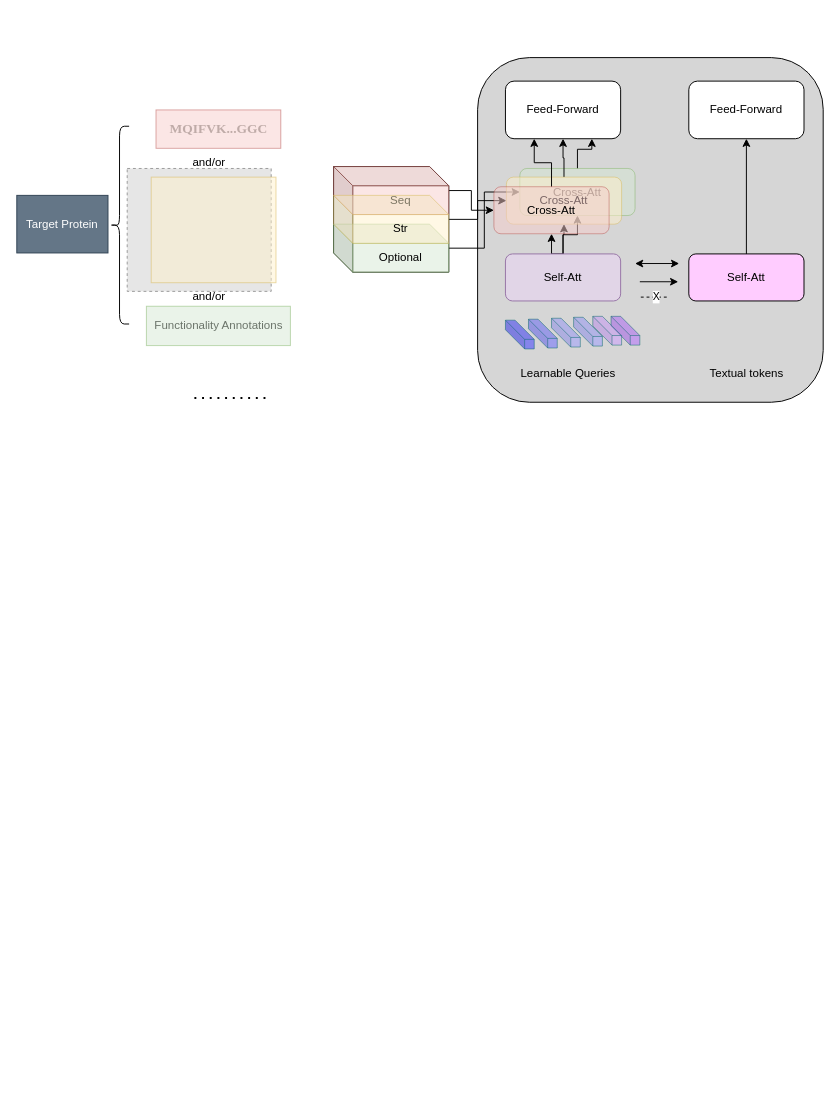
Before: LanguageProteinModel.drawio in Antoninnnn/draw_illustration, a draw.io diagram. Source tidied: cells renumbered, new cells numbered last; positions are measured from the earlier drawing's top-left corner, leaving out a move shared by most shapes. Both pictures are drawn from the tidied source at 96%, with x=0, y=0 at pixel (16, 58). Pictures stored in the file or linked from it are replaced by grey dashed boxes.
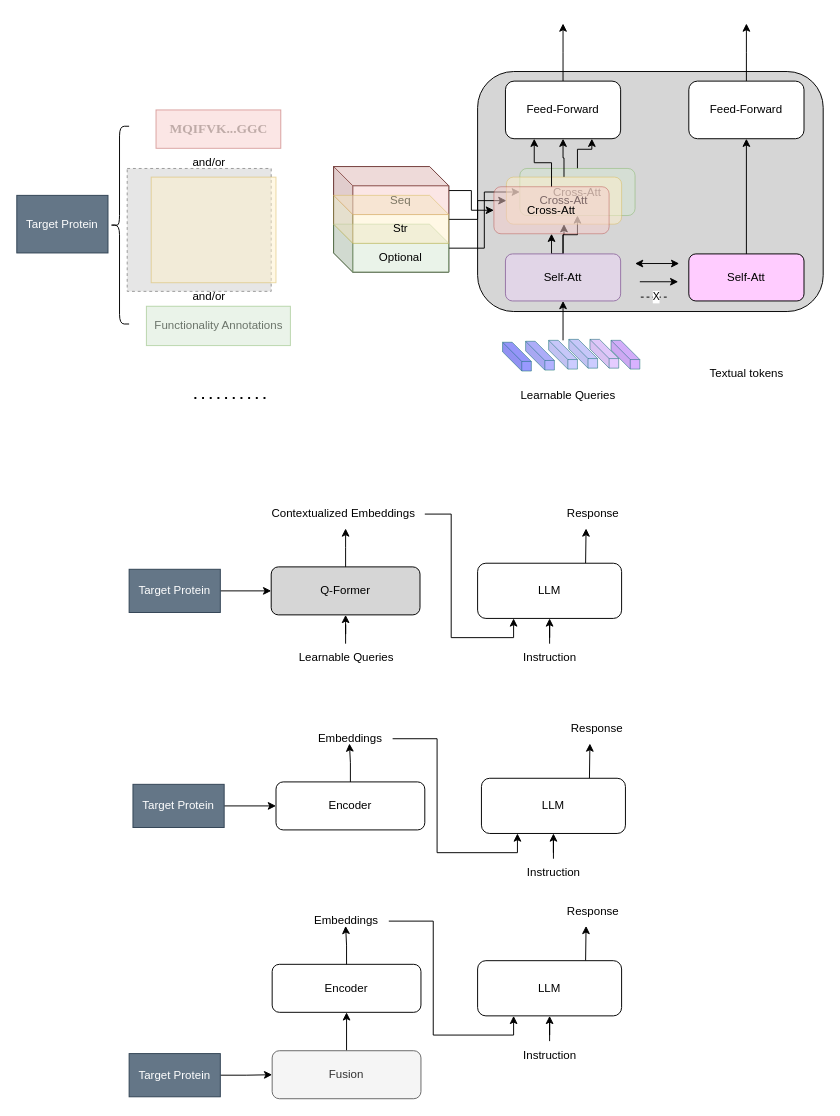
The same diagram, later.

Unchanged cells that the change refers to:
```xml
<mxCell id="32" value="Self-Att" style="rounded=1;whiteSpace=wrap;html=1;fillColor=#e1d5e7;strokeColor=#9673a6;" parent="1" vertex="1">
  <mxGeometry x="509" y="204" width="120" height="49" as="geometry" />
</mxCell>
<mxCell id="37" value="Feed-Forward" style="rounded=1;whiteSpace=wrap;html=1;" parent="1" vertex="1">
  <mxGeometry x="509" y="24" width="120" height="60" as="geometry" />
</mxCell>
<mxCell id="42" value="Feed-Forward" style="rounded=1;whiteSpace=wrap;html=1;" parent="1" vertex="1">
  <mxGeometry x="700" y="24" width="120" height="60" as="geometry" />
</mxCell>
```

What changed in the source:
```diff
@@
+    <mxCell id="47" style="edgeStyle=orthogonalEdgeStyle;rounded=0;jettySize=auto;html=1;exitX=0.25;exitY=1;exitDx=0;exitDy=0;entryX=0.5;entryY=1;entryDx=0;entryDy=0;" parent="1" edge="1" source="2" target="32">
+      <mxGeometry relative="1" as="geometry" />
+    </mxCell>
     <mxCell id="2" style="rounded=1;whiteSpace=wrap;html=1;fillColor=#D6D6D6;" parent="1" vertex="1">
-      <mxGeometry x="480" y="-0.5" width="360" height="359" as="geometry" />
+      <mxGeometry x="480" y="14" width="360" height="250" as="geometry" />
     </mxCell>
@@
     <mxCell id="23" style="shape=cube;whiteSpace=wrap;html=1;boundedLbl=1;backgroundOutline=1;darkOpacity=0.05;darkOpacity2=0.1;fillColor=#3333FF;strokeColor=#006666;opacity=50;" parent="1" vertex="1">
-      <mxGeometry x="509" y="273" width="30" height="30" as="geometry" />
+      <mxGeometry x="506" y="296" width="30" height="30" as="geometry" />
     </mxCell>
     <mxCell id="24" style="shape=cube;whiteSpace=wrap;html=1;boundedLbl=1;backgroundOutline=1;darkOpacity=0.05;darkOpacity2=0.1;fillColor=#6666FF;strokeColor=#006666;opacity=50;" parent="1" vertex="1">
-      <mxGeometry x="533" y="272" width="30" height="30" as="geometry" />
+      <mxGeometry x="530" y="295" width="30" height="30" as="geometry" />
     </mxCell>
+    <mxCell id="48" style="edgeStyle=orthogonalEdgeStyle;rounded=0;jettySize=auto;html=1;" parent="1" edge="1" source="25" target="32">
+      <mxGeometry relative="1" as="geometry" />
+    </mxCell>
     <mxCell id="25" style="shape=cube;whiteSpace=wrap;html=1;boundedLbl=1;backgroundOutline=1;darkOpacity=0.05;darkOpacity2=0.1;fillColor=#9999FF;strokeColor=#006666;opacity=50;" parent="1" vertex="1">
-      <mxGeometry x="557" y="271" width="30" height="30" as="geometry" />
+      <mxGeometry x="554" y="294" width="30" height="30" as="geometry" />
     </mxCell>
     <mxCell id="26" style="shape=cube;whiteSpace=wrap;html=1;boundedLbl=1;backgroundOutline=1;darkOpacity=0.05;darkOpacity2=0.1;fillColor=#9999FF;strokeColor=#006666;opacity=50;" parent="1" vertex="1">
-      <mxGeometry x="580" y="270" width="30" height="30" as="geometry" />
+      <mxGeometry x="575" y="293" width="30" height="30" as="geometry" />
     </mxCell>
     <mxCell id="27" style="shape=cube;whiteSpace=wrap;html=1;boundedLbl=1;backgroundOutline=1;darkOpacity=0.05;darkOpacity2=0.1;fillColor=#B266FF;strokeColor=#006666;opacity=50;" parent="1" vertex="1">
-      <mxGeometry x="619" y="269" width="30" height="30" as="geometry" />
+      <mxGeometry x="619" y="294" width="30" height="30" as="geometry" />
     </mxCell>
     <mxCell id="28" style="shape=cube;whiteSpace=wrap;html=1;boundedLbl=1;backgroundOutline=1;darkOpacity=0.05;darkOpacity2=0.1;fillColor=#CC99FF;strokeColor=#006666;opacity=50;" parent="1" vertex="1">
-      <mxGeometry x="600" y="269" width="30" height="30" as="geometry" />
+      <mxGeometry x="597" y="293" width="30" height="30" as="geometry" />
     </mxCell>
@@
+    <mxCell id="49" style="edgeStyle=orthogonalEdgeStyle;rounded=0;jettySize=auto;html=1;" parent="1" edge="1" source="37">
+      <mxGeometry relative="1" as="geometry">
+        <mxPoint x="569" y="-36" as="targetPoint" />
+      </mxGeometry>
+    </mxCell>
@@
     <mxCell id="39" value="Learnable Queries" style="text;html=1;align=center;verticalAlign=middle;strokeColor=none;fillColor=none;" parent="1" vertex="1">
-      <mxGeometry x="514" y="314" width="120" height="30" as="geometry" />
+      <mxGeometry x="514" y="337" width="120" height="30" as="geometry" />
     </mxCell>
@@
+    <mxCell id="50" style="edgeStyle=orthogonalEdgeStyle;rounded=0;jettySize=auto;html=1;" parent="1" edge="1" source="42">
+      <mxGeometry relative="1" as="geometry">
+        <mxPoint x="760" y="-36" as="targetPoint" />
+      </mxGeometry>
+    </mxCell>
@@
+    <mxCell id="51" style="edgeStyle=orthogonalEdgeStyle;rounded=0;jettySize=auto;html=1;" parent="1" edge="1" source="52">
+      <mxGeometry relative="1" as="geometry">
+        <mxPoint x="342.5" y="490" as="targetPoint" />
+      </mxGeometry>
+    </mxCell>
+    <mxCell id="52" value="Q-Former" style="rounded=1;whiteSpace=wrap;html=1;fillColor=#D6D6D6;" parent="1" vertex="1">
+      <mxGeometry x="265" y="530" width="155" height="50" as="geometry" />
+    </mxCell>
+    <mxCell id="53" style="edgeStyle=orthogonalEdgeStyle;rounded=0;jettySize=auto;html=1;entryX=0.5;entryY=1;entryDx=0;entryDy=0;" parent="1" edge="1" source="54" target="52">
+      <mxGeometry relative="1" as="geometry" />
+    </mxCell>
+    <mxCell id="54" value="Learnable Queries" style="text;html=1;align=center;verticalAlign=middle;points=[];strokeColor=none;fillColor=none;" parent="1" vertex="1">
+      <mxGeometry x="282.5" y="610" width="120" height="30" as="geometry" />
+    </mxCell>
+    <mxCell id="55" style="edgeStyle=orthogonalEdgeStyle;rounded=0;jettySize=auto;html=1;" parent="1" edge="1" source="56" target="52">
+      <mxGeometry relative="1" as="geometry" />
+    </mxCell>
+    <mxCell id="56" value="Target Protein" style="rounded=0;whiteSpace=wrap;html=1;fillColor=#647687;fontColor=#ffffff;strokeColor=#314354;" parent="1" vertex="1">
+      <mxGeometry x="117" y="532.5" width="95" height="45" as="geometry" />
+    </mxCell>
+    <mxCell id="57" style="edgeStyle=orthogonalEdgeStyle;rounded=0;jettySize=auto;html=1;exitX=0.75;exitY=0;exitDx=0;exitDy=0;" parent="1" edge="1" source="58">
+      <mxGeometry relative="1" as="geometry">
+        <mxPoint x="593" y="490" as="targetPoint" />
+      </mxGeometry>
+    </mxCell>
+    <mxCell id="58" value="LLM" style="rounded=1;whiteSpace=wrap;html=1;" parent="1" vertex="1">
+      <mxGeometry x="480" y="526.2" width="150" height="57.5" as="geometry" />
+    </mxCell>
+    <mxCell id="59" style="edgeStyle=orthogonalEdgeStyle;rounded=0;jettySize=auto;html=1;entryX=0.25;entryY=1;entryDx=0;entryDy=0;" parent="1" edge="1" source="60" target="58">
+      <mxGeometry relative="1" as="geometry" />
+    </mxCell>
+    <mxCell id="60" value="Contextualized Embeddings" style="text;html=1;align=center;verticalAlign=middle;points=[];strokeColor=none;fillColor=none;" parent="1" vertex="1">
+      <mxGeometry x="255" y="460" width="170" height="30" as="geometry" />
+    </mxCell>
+    <mxCell id="61" style="edgeStyle=orthogonalEdgeStyle;rounded=0;jettySize=auto;html=1;" parent="1" edge="1" source="62" target="58">
+      <mxGeometry relative="1" as="geometry" />
+    </mxCell>
+    <mxCell id="62" value="Instruction" style="text;html=1;align=center;verticalAlign=middle;points=[];strokeColor=none;fillColor=none;" parent="1" vertex="1">
+      <mxGeometry x="515" y="610" width="80" height="30" as="geometry" />
+    </mxCell>
+    <mxCell id="63" value="Response" style="text;html=1;align=center;verticalAlign=middle;strokeColor=none;fillColor=none;" parent="1" vertex="1">
+      <mxGeometry x="560" y="460" width="80" height="30" as="geometry" />
+    </mxCell>
+    <mxCell id="64" style="edgeStyle=orthogonalEdgeStyle;rounded=0;jettySize=auto;html=1;" parent="1" edge="1" source="65">
+      <mxGeometry relative="1" as="geometry">
+        <mxPoint x="346.5" y="714" as="targetPoint" />
+      </mxGeometry>
+    </mxCell>
+    <mxCell id="65" value="Encoder" style="rounded=1;whiteSpace=wrap;html=1;fillColor=none;" parent="1" vertex="1">
+      <mxGeometry x="270" y="754" width="155" height="50" as="geometry" />
+    </mxCell>
+    <mxCell id="66" style="edgeStyle=orthogonalEdgeStyle;rounded=0;jettySize=auto;html=1;" parent="1" edge="1" source="67" target="65">
+      <mxGeometry relative="1" as="geometry" />
+    </mxCell>
+    <mxCell id="67" value="Target Protein" style="rounded=0;whiteSpace=wrap;html=1;fillColor=#647687;fontColor=#ffffff;strokeColor=#314354;" parent="1" vertex="1">
+      <mxGeometry x="121" y="756.5" width="95" height="45" as="geometry" />
+    </mxCell>
+    <mxCell id="68" style="edgeStyle=orthogonalEdgeStyle;rounded=0;jettySize=auto;html=1;exitX=0.75;exitY=0;exitDx=0;exitDy=0;" parent="1" edge="1" source="69">
+      <mxGeometry relative="1" as="geometry">
+        <mxPoint x="597" y="714" as="targetPoint" />
+      </mxGeometry>
+    </mxCell>
+    <mxCell id="69" value="LLM" style="rounded=1;whiteSpace=wrap;html=1;" parent="1" vertex="1">
+      <mxGeometry x="484" y="750.2" width="150" height="57.5" as="geometry" />
+    </mxCell>
+    <mxCell id="70" style="edgeStyle=orthogonalEdgeStyle;rounded=0;jettySize=auto;html=1;entryX=0.25;entryY=1;entryDx=0;entryDy=0;" parent="1" edge="1" source="71" target="69">
+      <mxGeometry relative="1" as="geometry" />
+    </mxCell>
+    <mxCell id="71" value="Embeddings" style="text;html=1;align=center;verticalAlign=middle;points=[];strokeColor=none;fillColor=none;" parent="1" vertex="1">
+      <mxGeometry x="301.5" y="694" width="90" height="30" as="geometry" />
+    </mxCell>
+    <mxCell id="72" style="edgeStyle=orthogonalEdgeStyle;rounded=0;jettySize=auto;html=1;" parent="1" edge="1" source="73" target="69">
+      <mxGeometry relative="1" as="geometry" />
+    </mxCell>
+    <mxCell id="73" value="Instruction" style="text;html=1;align=center;verticalAlign=middle;points=[];strokeColor=none;fillColor=none;" parent="1" vertex="1">
+      <mxGeometry x="519" y="834" width="80" height="30" as="geometry" />
+    </mxCell>
+    <mxCell id="74" value="Response" style="text;html=1;align=center;verticalAlign=middle;strokeColor=none;fillColor=none;" parent="1" vertex="1">
+      <mxGeometry x="564" y="684" width="80" height="30" as="geometry" />
+    </mxCell>
+    <mxCell id="75" style="edgeStyle=orthogonalEdgeStyle;rounded=0;jettySize=auto;html=1;" parent="1" edge="1" source="76">
+      <mxGeometry relative="1" as="geometry">
+        <mxPoint x="342.5" y="904" as="targetPoint" />
+      </mxGeometry>
+    </mxCell>
+    <mxCell id="76" value="Encoder" style="rounded=1;whiteSpace=wrap;html=1;fillColor=none;" parent="1" vertex="1">
+      <mxGeometry x="266" y="944" width="155" height="50" as="geometry" />
+    </mxCell>
+    <mxCell id="77" style="edgeStyle=orthogonalEdgeStyle;rounded=0;jettySize=auto;html=1;entryX=0;entryY=0.5;entryDx=0;entryDy=0;" parent="1" edge="1" source="78" target="87">
+      <mxGeometry relative="1" as="geometry" />
+    </mxCell>
+    <mxCell id="78" value="Target Protein" style="rounded=0;whiteSpace=wrap;html=1;fillColor=#647687;fontColor=#ffffff;strokeColor=#314354;" parent="1" vertex="1">
+      <mxGeometry x="117" y="1037" width="95" height="45" as="geometry" />
+    </mxCell>
+    <mxCell id="79" style="edgeStyle=orthogonalEdgeStyle;rounded=0;jettySize=auto;html=1;exitX=0.75;exitY=0;exitDx=0;exitDy=0;" parent="1" edge="1" source="80">
+      <mxGeometry relative="1" as="geometry">
+        <mxPoint x="593" y="904" as="targetPoint" />
+      </mxGeometry>
+    </mxCell>
+    <mxCell id="80" value="LLM" style="rounded=1;whiteSpace=wrap;html=1;" parent="1" vertex="1">
+      <mxGeometry x="480" y="940.2" width="150" height="57.5" as="geometry" />
+    </mxCell>
+    <mxCell id="81" style="edgeStyle=orthogonalEdgeStyle;rounded=0;jettySize=auto;html=1;entryX=0.25;entryY=1;entryDx=0;entryDy=0;" parent="1" edge="1" source="82" target="80">
+      <mxGeometry relative="1" as="geometry" />
+    </mxCell>
+    <mxCell id="82" value="Embeddings" style="text;html=1;align=center;verticalAlign=middle;points=[];strokeColor=none;fillColor=none;" parent="1" vertex="1">
+      <mxGeometry x="297.5" y="884" width="90" height="30" as="geometry" />
+    </mxCell>
+    <mxCell id="83" style="edgeStyle=orthogonalEdgeStyle;rounded=0;jettySize=auto;html=1;" parent="1" edge="1" source="84" target="80">
+      <mxGeometry relative="1" as="geometry" />
+    </mxCell>
+    <mxCell id="84" value="Instruction" style="text;html=1;align=center;verticalAlign=middle;points=[];strokeColor=none;fillColor=none;" parent="1" vertex="1">
+      <mxGeometry x="515" y="1024" width="80" height="30" as="geometry" />
+    </mxCell>
+    <mxCell id="85" value="Response" style="text;html=1;align=center;verticalAlign=middle;strokeColor=none;fillColor=none;" parent="1" vertex="1">
+      <mxGeometry x="560" y="874" width="80" height="30" as="geometry" />
+    </mxCell>
+    <mxCell id="86" style="edgeStyle=orthogonalEdgeStyle;rounded=0;jettySize=auto;html=1;entryX=0.5;entryY=1;entryDx=0;entryDy=0;" parent="1" edge="1" source="87" target="76">
+      <mxGeometry relative="1" as="geometry" />
+    </mxCell>
+    <mxCell id="87" value="Fusion" style="rounded=1;whiteSpace=wrap;html=1;fillColor=#f5f5f5;fontColor=#333333;strokeColor=#666666;" parent="1" vertex="1">
+      <mxGeometry x="266" y="1034" width="155" height="50" as="geometry" />
+    </mxCell>
```
